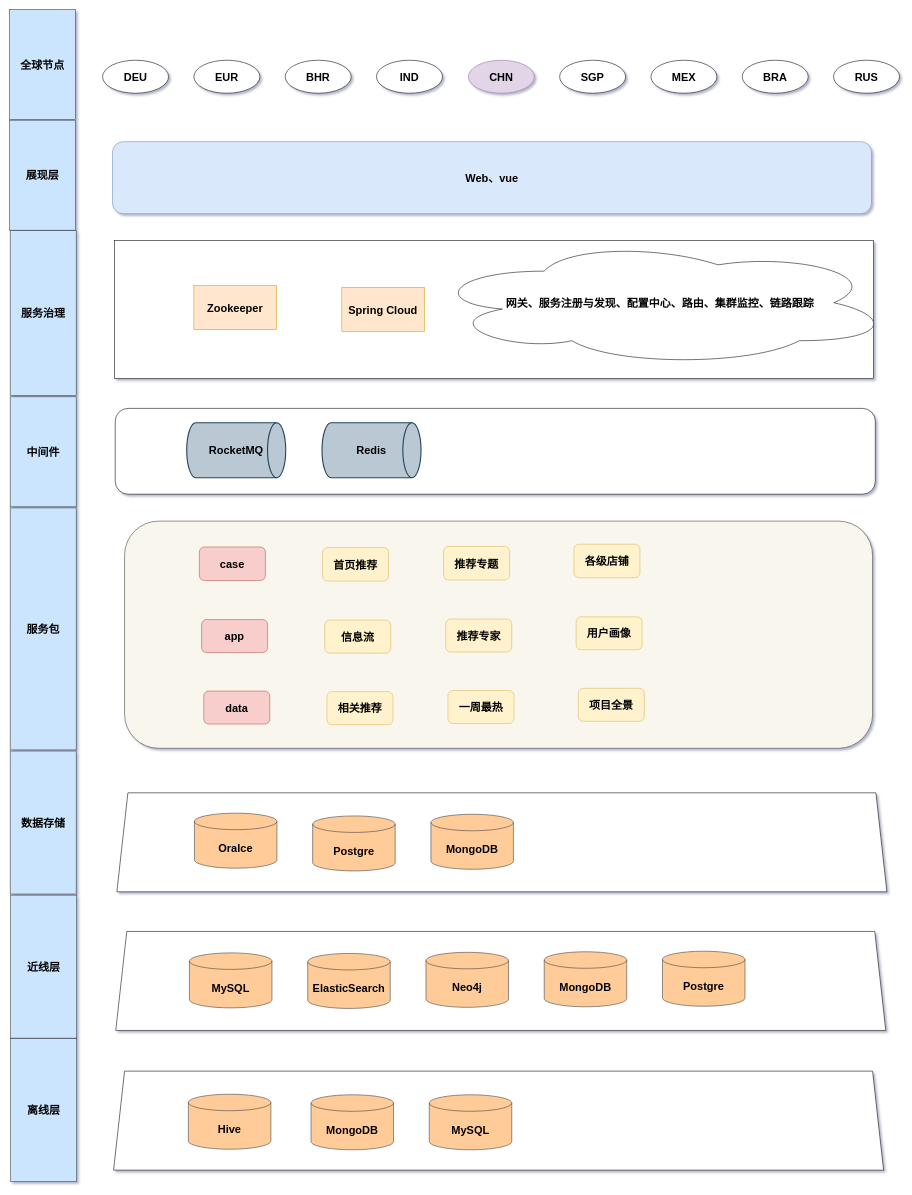
The draw.io diagram 3_experience/chart/platform-technology.drawio in doveg/self-cultivation-of-a-software-engineer, before the edit. Source tidied: cells renumbered, new cells numbered last; positions are measured from the earlier drawing's top-left corner, leaving out a move shared by most shapes. Both pictures are drawn from the tidied source at 55%, with x=0, y=0 at pixel (9, 9).
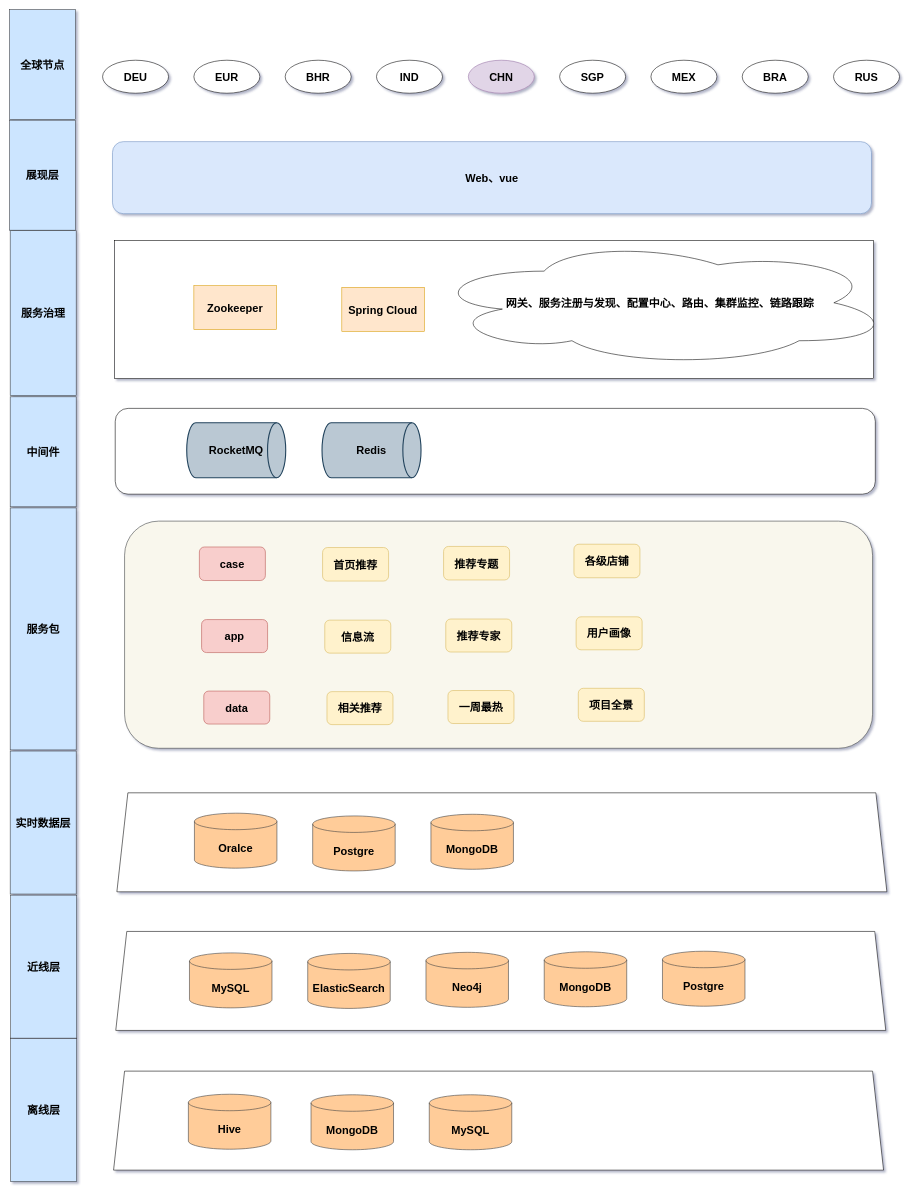
The same diagram, later.

What changed in the source:
```diff
@@
-    <mxCell id="38" value="数据存储" style="rounded=0;whiteSpace=wrap;html=1;sketch=0;fontSize=20;fillColor=#cce5ff;strokeColor=#36393d;fontStyle=1;flipH=1;flipV=1;labelBackgroundColor=none;labelBorderColor=none;fontFamily=Helvetica;" parent="1" vertex="1">
+    <mxCell id="38" value="实时数据层" style="rounded=0;whiteSpace=wrap;html=1;sketch=0;fontSize=20;fillColor=#cce5ff;strokeColor=#36393d;fontStyle=1;flipH=1;flipV=1;labelBackgroundColor=none;labelBorderColor=none;fontFamily=Helvetica;" parent="1" vertex="1">
       <mxGeometry x="1" y="1348" width="120" height="260" as="geometry" />
     </mxCell>
```
